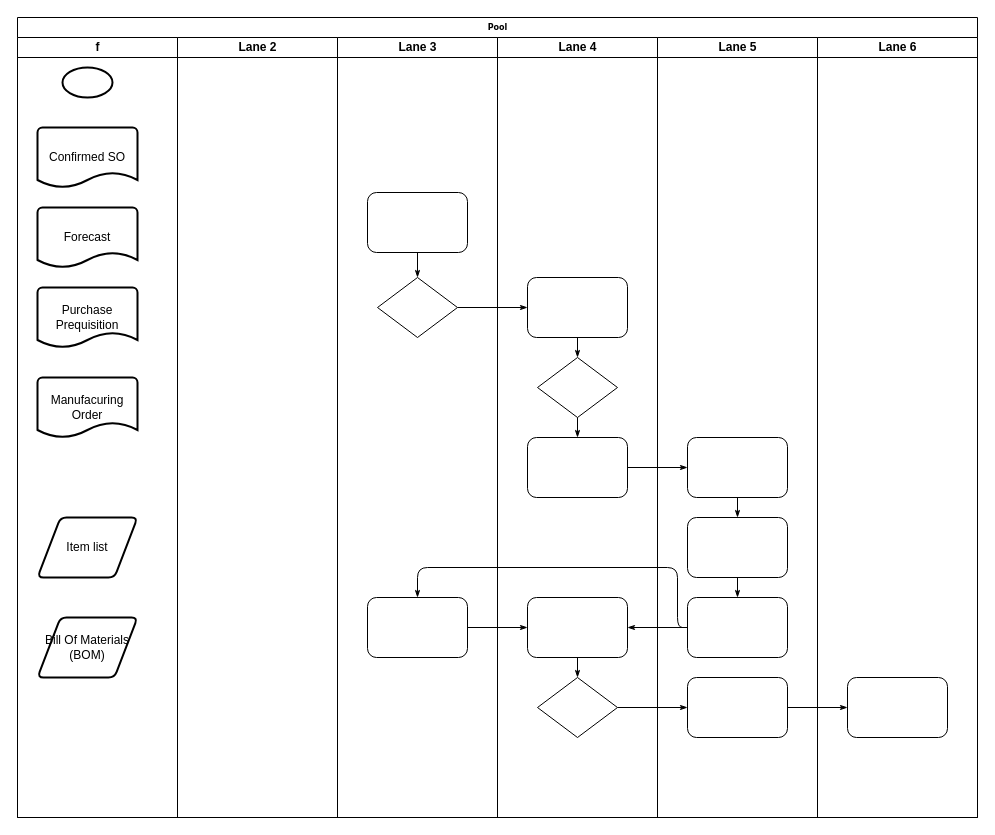
Before: Untitled Diagram.drawio in SungPN/Diagram-VRG, a draw.io diagram. Source tidied: cells renumbered, new cells numbered last; positions are measured from the earlier drawing's top-left corner, leaving out a move shared by most shapes. Both pictures are drawn from the tidied source at 100%, with x=0, y=0 at pixel (17, 17).
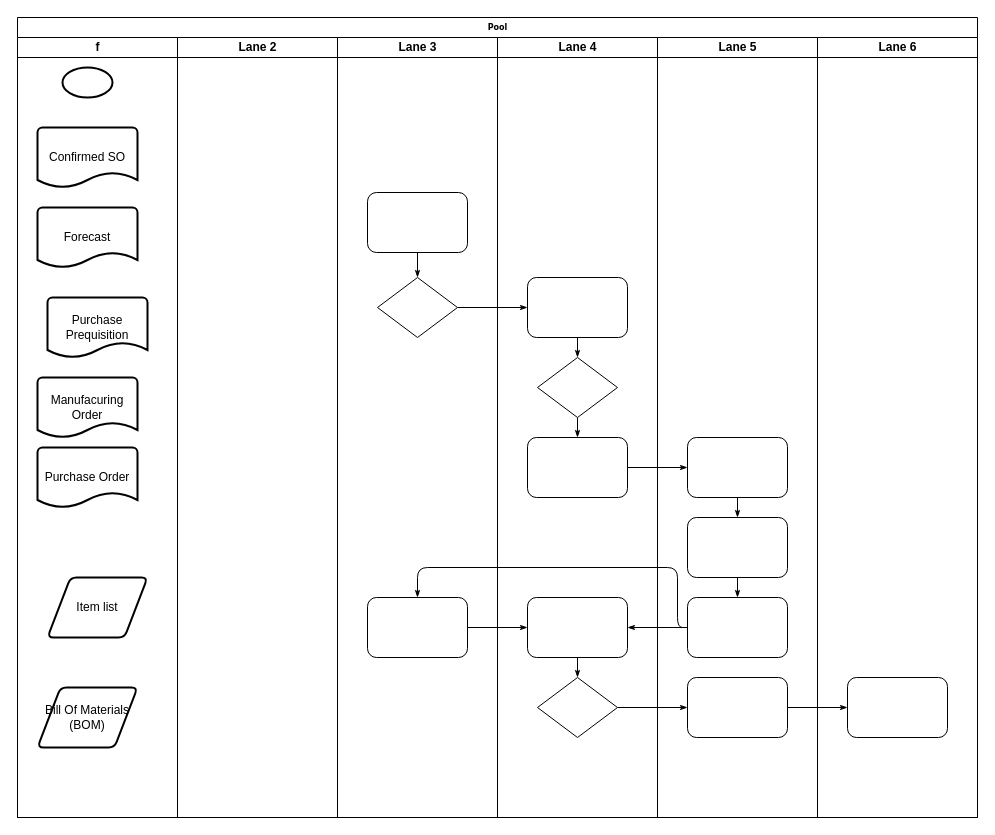
The same page after the edit.

Unchanged cells that the change refers to:
```xml
<mxCell id="10" value="f" style="swimlane;html=1;startSize=20;" parent="2" vertex="1">
  <mxGeometry y="20" width="160" height="780" as="geometry" />
</mxCell>
```

Change to the diagram source:
```diff
@@
     <mxCell id="15" value="Item list" style="shape=parallelogram;html=1;strokeWidth=2;perimeter=parallelogramPerimeter;whiteSpace=wrap;rounded=1;arcSize=12;size=0.23;" parent="10" vertex="1">
-      <mxGeometry x="20" y="480" width="100" height="60" as="geometry" />
+      <mxGeometry x="30" y="540" width="100" height="60" as="geometry" />
     </mxCell>
     <mxCell id="16" value="Bill Of Materials&lt;br&gt;(BOM)" style="shape=parallelogram;html=1;strokeWidth=2;perimeter=parallelogramPerimeter;whiteSpace=wrap;rounded=1;arcSize=12;size=0.23;" parent="10" vertex="1">
-      <mxGeometry x="20" y="580" width="100" height="60" as="geometry" />
+      <mxGeometry x="20" y="650" width="100" height="60" as="geometry" />
     </mxCell>
-    <mxCell id="17" value="Purchase Prequisition" style="strokeWidth=2;html=1;shape=mxgraph.flowchart.document2;whiteSpace=wrap;size=0.25;" parent="10" vertex="1">
-      <mxGeometry x="20" y="250" width="100" height="60" as="geometry" />
+    <mxCell id="17" value="Purchase Order" style="strokeWidth=2;html=1;shape=mxgraph.flowchart.document2;whiteSpace=wrap;size=0.25;" parent="10" vertex="1">
+      <mxGeometry x="20" y="410" width="100" height="60" as="geometry" />
     </mxCell>
@@
+    <mxCell id="42" value="Purchase Prequisition" style="strokeWidth=2;html=1;shape=mxgraph.flowchart.document2;whiteSpace=wrap;size=0.25;" parent="1" vertex="1">
+      <mxGeometry x="30" y="280" width="100" height="60" as="geometry" />
+    </mxCell>
```
